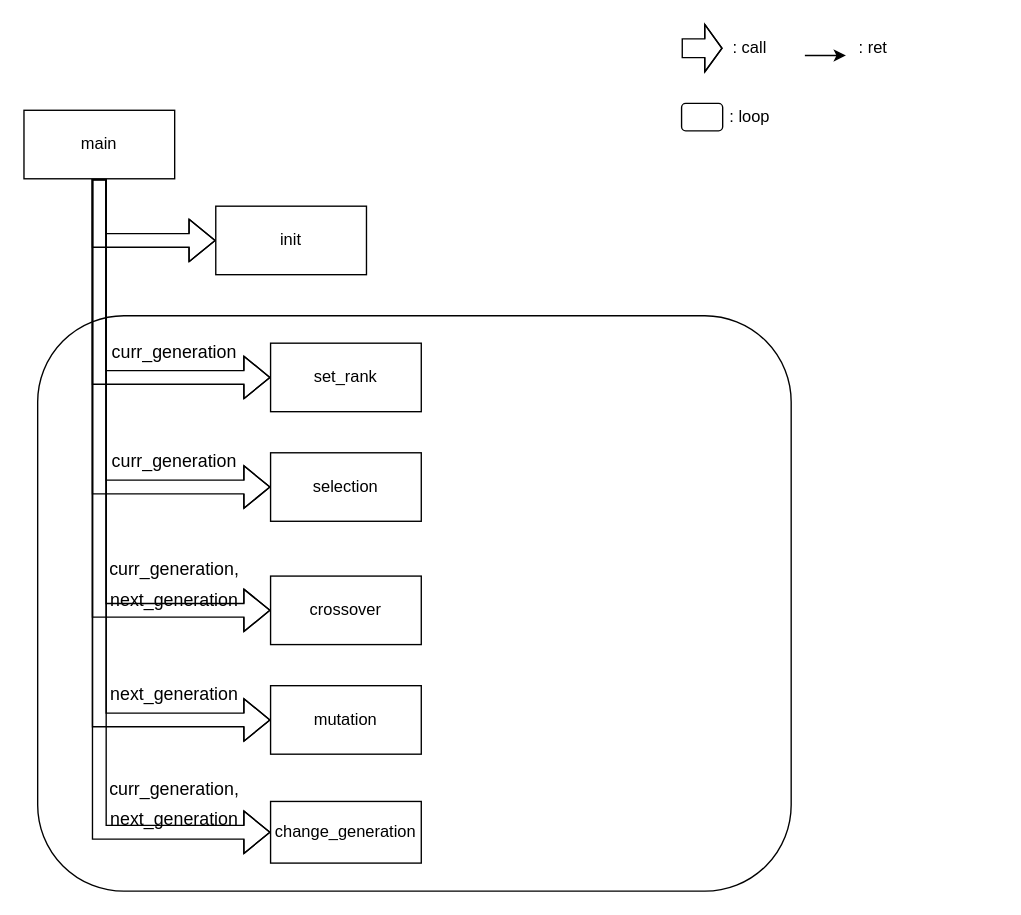
This is GA/main.drawio from fr0g2s/p, a draw.io file, before an edit. Source tidied: cells renumbered, new cells numbered last; positions are measured from the earlier drawing's top-left corner, leaving out a move shared by most shapes. Both pictures are drawn from the tidied source at 137%, with x=0, y=0 at pixel (23, 27).
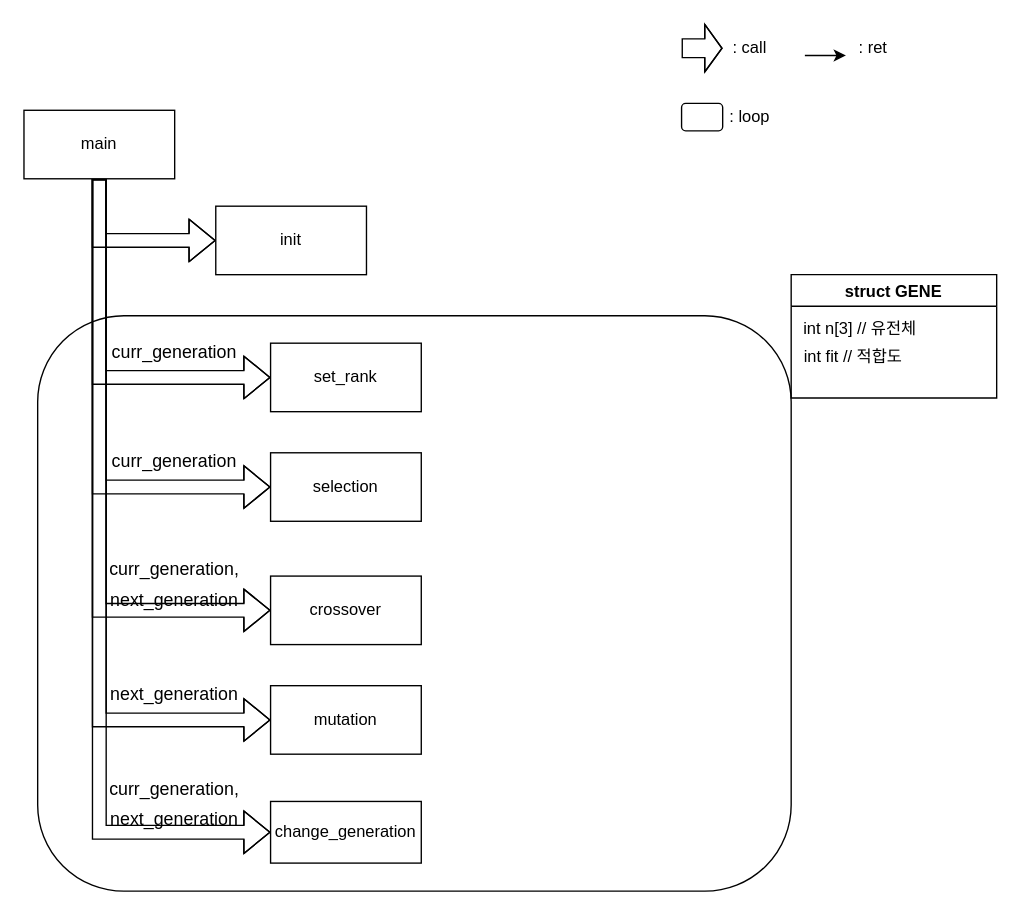
Above is the later version.

The edit, as a diff of the source:
```diff
@@
+    <mxCell id="27" value="struct GENE" style="swimlane;" parent="1" vertex="1">
+      <mxGeometry x="560" y="180" width="150" height="90" as="geometry" />
+    </mxCell>
+    <mxCell id="28" value="int n[3] // 유전체" style="text;html=1;align=center;verticalAlign=middle;strokeColor=none;fillColor=none;" parent="27" vertex="1">
+      <mxGeometry y="30" width="100" height="20" as="geometry" />
+    </mxCell>
+    <mxCell id="29" value="int fit // 적합도" style="text;html=1;align=center;verticalAlign=middle;strokeColor=none;fillColor=none;" parent="27" vertex="1">
+      <mxGeometry y="50" width="90" height="20" as="geometry" />
+    </mxCell>
```
